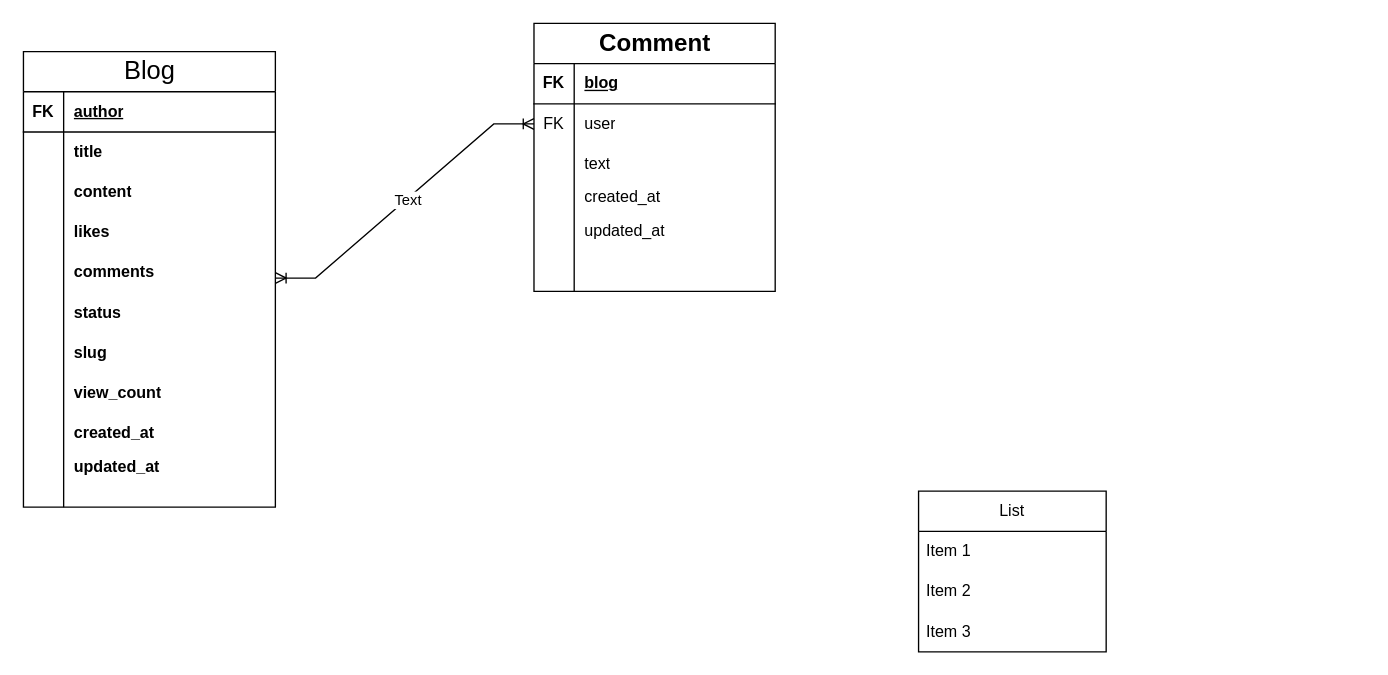
Before: Untitled Diagram.drawio in Milemotigo/100-days-coding-challenge, a draw.io diagram. Source tidied: cells renumbered, new cells numbered last; positions are measured from the earlier drawing's top-left corner, leaving out a move shared by most shapes. Both pictures are drawn from the tidied source at 134%, with x=0, y=0 at pixel (23, 23).
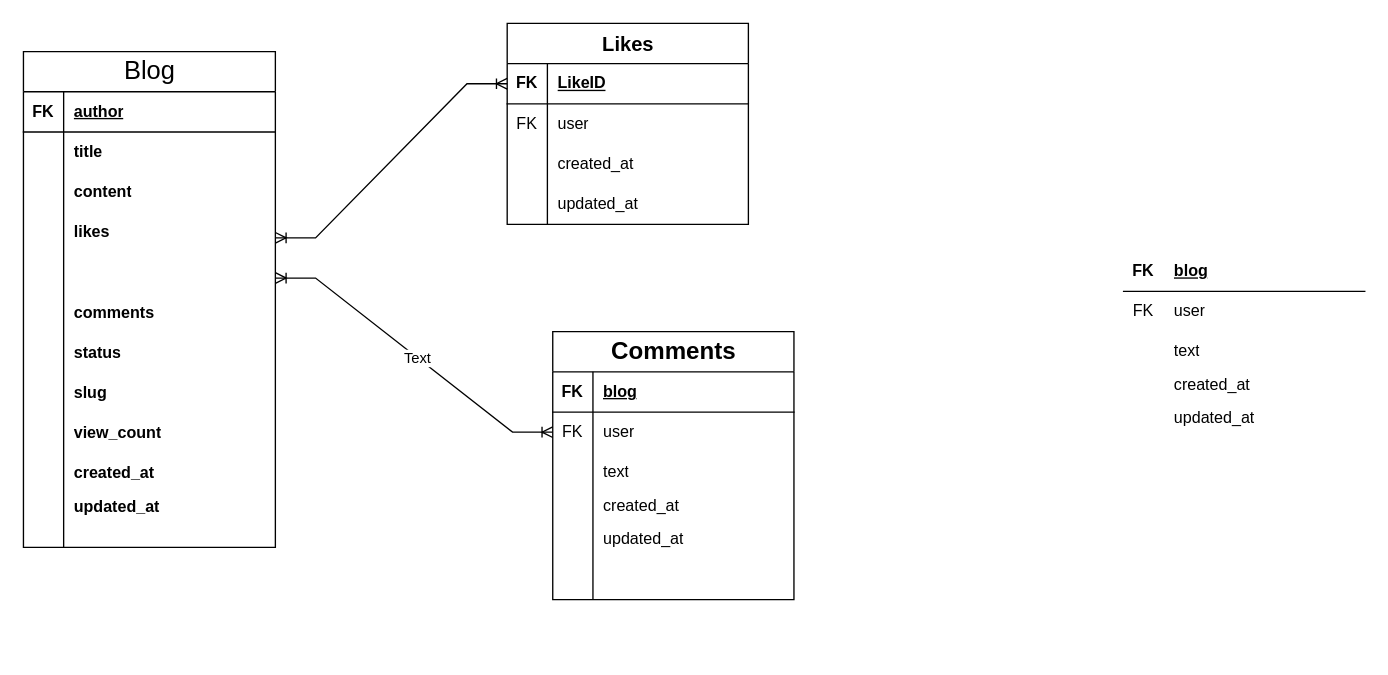
Above is the later version.

Diff of the diagram source:
```diff
@@
-    <mxCell id="2" value="List" style="swimlane;fontStyle=0;horizontal=1;startSize=30;whiteSpace=wrap;html=1;" parent="1" vertex="1">
-      <mxGeometry x="668" y="349" width="140" height="120" as="geometry" />
-    </mxCell>
-    <mxCell id="3" value="Item 1" style="text;strokeColor=none;fillColor=none;align=left;verticalAlign=middle;spacingLeft=4;spacingRight=4;overflow=hidden;whiteSpace=wrap;html=1;" parent="2" vertex="1">
-      <mxGeometry y="30" width="140" height="30" as="geometry" />
-    </mxCell>
-    <mxCell id="4" value="Item 2" style="text;strokeColor=none;fillColor=none;align=left;verticalAlign=middle;spacingLeft=4;spacingRight=4;overflow=hidden;whiteSpace=wrap;html=1;" parent="2" vertex="1">
-      <mxGeometry y="60" width="140" height="30" as="geometry" />
-    </mxCell>
-    <mxCell id="5" value="Item 3" style="text;strokeColor=none;fillColor=none;align=left;verticalAlign=middle;spacingLeft=4;spacingRight=4;overflow=hidden;whiteSpace=wrap;html=1;" parent="2" vertex="1">
-      <mxGeometry y="90" width="140" height="30" as="geometry" />
-    </mxCell>
     <mxCell id="6" value="&lt;span style=&quot;font-size: 19px;&quot;&gt;Blog&lt;/span&gt;" style="shape=table;startSize=30;childLayout=tableLayout;rowLines=0;fontStyle=0;align=center;html=1;" parent="1" vertex="1">
-      <mxGeometry y="21" width="188" height="340" as="geometry" />
+      <mxGeometry y="21" width="188" height="370" as="geometry" />
     </mxCell>
@@
+    <mxCell id="61" style="shape=tableRow;horizontal=0;startSize=0;swimlaneHead=0;swimlaneBody=0;fillColor=none;top=0;left=0;right=0;bottom=0;fontStyle=1;" parent="6" vertex="1">
+      <mxGeometry y="150" width="188" height="30" as="geometry" />
+    </mxCell>
+    <mxCell id="62" style="shape=partialRectangle;fillColor=none;top=0;left=0;bottom=0;right=0;overflow=hidden;whiteSpace=wrap;html=1;fontStyle=1;" parent="61" vertex="1">
+      <mxGeometry width="30" height="30" as="geometry" />
+    </mxCell>
+    <mxCell id="63" style="shape=partialRectangle;fillColor=none;top=0;left=0;bottom=0;right=0;align=left;spacingLeft=6;overflow=hidden;whiteSpace=wrap;html=1;fontStyle=1;" parent="61" vertex="1">
+      <mxGeometry x="30" width="158" height="30" as="geometry" />
+    </mxCell>
     <mxCell id="19" style="shape=tableRow;horizontal=0;startSize=0;swimlaneHead=0;swimlaneBody=0;fillColor=none;top=0;left=0;right=0;bottom=0;fontStyle=1;" parent="6" vertex="1">
-      <mxGeometry y="150" width="188" height="30" as="geometry" />
+      <mxGeometry y="180" width="188" height="30" as="geometry" />
     </mxCell>
@@
     <mxCell id="22" style="shape=tableRow;horizontal=0;startSize=0;swimlaneHead=0;swimlaneBody=0;fillColor=none;top=0;left=0;right=0;bottom=0;fontStyle=1;" parent="6" vertex="1">
-      <mxGeometry y="180" width="188" height="30" as="geometry" />
+      <mxGeometry y="210" width="188" height="30" as="geometry" />
     </mxCell>
@@
     <mxCell id="25" style="shape=tableRow;horizontal=0;startSize=0;swimlaneHead=0;swimlaneBody=0;fillColor=none;top=0;left=0;right=0;bottom=0;fontStyle=1;" parent="6" vertex="1">
-      <mxGeometry y="210" width="188" height="30" as="geometry" />
+      <mxGeometry y="240" width="188" height="30" as="geometry" />
     </mxCell>
@@
     <mxCell id="28" style="shape=tableRow;horizontal=0;startSize=0;swimlaneHead=0;swimlaneBody=0;fillColor=none;top=0;left=0;right=0;bottom=0;fontStyle=1;" parent="6" vertex="1">
-      <mxGeometry y="240" width="188" height="30" as="geometry" />
+      <mxGeometry y="270" width="188" height="30" as="geometry" />
     </mxCell>
@@
     <mxCell id="31" style="shape=tableRow;horizontal=0;startSize=0;swimlaneHead=0;swimlaneBody=0;fillColor=none;top=0;left=0;right=0;bottom=0;fontStyle=1;" parent="6" vertex="1">
-      <mxGeometry y="270" width="188" height="30" as="geometry" />
+      <mxGeometry y="300" width="188" height="30" as="geometry" />
     </mxCell>
@@
     <mxCell id="34" style="shape=tableRow;horizontal=0;startSize=0;swimlaneHead=0;swimlaneBody=0;fillColor=none;top=0;left=0;right=0;bottom=0;fontStyle=1;" parent="6" vertex="1">
-      <mxGeometry y="300" width="188" height="20" as="geometry" />
+      <mxGeometry y="330" width="188" height="20" as="geometry" />
     </mxCell>
@@
     <mxCell id="37" style="shape=tableRow;horizontal=0;startSize=0;swimlaneHead=0;swimlaneBody=0;fillColor=none;top=0;left=0;right=0;bottom=0;" parent="6" vertex="1">
-      <mxGeometry y="320" width="188" height="20" as="geometry" />
+      <mxGeometry y="350" width="188" height="20" as="geometry" />
     </mxCell>
@@
-    <mxCell id="40" value="Comment" style="shape=table;startSize=30;childLayout=tableLayout;rowLines=0;fontStyle=1;align=center;html=1;fontSize=18;" parent="1" vertex="1">
-      <mxGeometry x="381" width="180" height="200" as="geometry" />
+    <mxCell id="40" value="Comments" style="shape=table;startSize=30;childLayout=tableLayout;rowLines=0;fontStyle=1;align=center;html=1;fontSize=18;" parent="1" vertex="1">
+      <mxGeometry x="395" y="230" width="180" height="200" as="geometry" />
     </mxCell>
@@
+    <mxCell id="64" style="shape=tableRow;horizontal=0;startSize=0;swimlaneHead=0;swimlaneBody=0;fillColor=none;top=0;left=0;right=0;bottom=1;" parent="1" vertex="1">
+      <mxGeometry x="821" y="170" width="180" height="30" as="geometry" />
+    </mxCell>
+    <mxCell id="65" value="FK" style="shape=partialRectangle;fillColor=none;top=0;left=0;bottom=0;right=0;fontStyle=1;overflow=hidden;whiteSpace=wrap;html=1;" parent="64" vertex="1">
+      <mxGeometry width="30" height="30" as="geometry" />
+    </mxCell>
+    <mxCell id="66" value="blog" style="shape=partialRectangle;fillColor=none;top=0;left=0;bottom=0;right=0;align=left;spacingLeft=6;fontStyle=5;overflow=hidden;whiteSpace=wrap;html=1;" parent="64" vertex="1">
+      <mxGeometry x="30" width="150" height="30" as="geometry" />
+    </mxCell>
+    <mxCell id="67" style="shape=tableRow;horizontal=0;startSize=0;swimlaneHead=0;swimlaneBody=0;fillColor=none;top=0;left=0;right=0;bottom=0;" parent="1" vertex="1">
+      <mxGeometry x="821" y="200" width="180" height="30" as="geometry" />
+    </mxCell>
+    <mxCell id="68" value="FK" style="shape=partialRectangle;fillColor=none;top=0;left=0;bottom=0;right=0;overflow=hidden;whiteSpace=wrap;html=1;" parent="67" vertex="1">
+      <mxGeometry width="30" height="30" as="geometry" />
+    </mxCell>
+    <mxCell id="69" value="user" style="shape=partialRectangle;fillColor=none;top=0;left=0;bottom=0;right=0;align=left;spacingLeft=6;overflow=hidden;whiteSpace=wrap;html=1;" parent="67" vertex="1">
+      <mxGeometry x="30" width="150" height="30" as="geometry" />
+    </mxCell>
+    <mxCell id="70" style="shape=tableRow;horizontal=0;startSize=0;swimlaneHead=0;swimlaneBody=0;fillColor=none;top=0;left=0;right=0;bottom=0;" parent="1" vertex="1">
+      <mxGeometry x="821" y="230" width="180" height="30" as="geometry" />
+    </mxCell>
+    <mxCell id="71" style="shape=partialRectangle;fillColor=none;top=0;left=0;bottom=0;right=0;overflow=hidden;whiteSpace=wrap;html=1;" parent="70" vertex="1">
+      <mxGeometry width="30" height="30" as="geometry" />
+    </mxCell>
+    <mxCell id="72" value="text" style="shape=partialRectangle;fillColor=none;top=0;left=0;bottom=0;right=0;align=left;spacingLeft=6;overflow=hidden;whiteSpace=wrap;html=1;" parent="70" vertex="1">
+      <mxGeometry x="30" width="150" height="30" as="geometry" />
+    </mxCell>
+    <mxCell id="73" style="shape=tableRow;horizontal=0;startSize=0;swimlaneHead=0;swimlaneBody=0;fillColor=none;top=0;left=0;right=0;bottom=0;" parent="1" vertex="1">
+      <mxGeometry x="821" y="260" width="180" height="20" as="geometry" />
+    </mxCell>
+    <mxCell id="74" style="shape=partialRectangle;fillColor=none;top=0;left=0;bottom=0;right=0;overflow=hidden;whiteSpace=wrap;html=1;" parent="73" vertex="1">
+      <mxGeometry width="30" height="20" as="geometry" />
+    </mxCell>
+    <mxCell id="75" value="created_at" style="shape=partialRectangle;fillColor=none;top=0;left=0;bottom=0;right=0;align=left;spacingLeft=6;overflow=hidden;whiteSpace=wrap;html=1;" parent="73" vertex="1">
+      <mxGeometry x="30" width="150" height="20" as="geometry" />
+    </mxCell>
+    <mxCell id="76" style="shape=tableRow;horizontal=0;startSize=0;swimlaneHead=0;swimlaneBody=0;fillColor=none;top=0;left=0;right=0;bottom=0;" parent="1" vertex="1">
+      <mxGeometry x="821" y="280" width="180" height="30" as="geometry" />
+    </mxCell>
+    <mxCell id="77" style="shape=partialRectangle;fillColor=none;top=0;left=0;bottom=0;right=0;overflow=hidden;whiteSpace=wrap;html=1;" parent="76" vertex="1">
+      <mxGeometry width="30" height="30" as="geometry" />
+    </mxCell>
+    <mxCell id="78" value="updated_at" style="shape=partialRectangle;fillColor=none;top=0;left=0;bottom=0;right=0;align=left;spacingLeft=6;overflow=hidden;whiteSpace=wrap;html=1;" parent="76" vertex="1">
+      <mxGeometry x="30" width="150" height="30" as="geometry" />
+    </mxCell>
+    <mxCell id="79" value="&lt;span style=&quot;font-size: 15px;&quot;&gt;&lt;font style=&quot;font-size: 15px;&quot;&gt;Likes&lt;/font&gt;&lt;/span&gt;" style="shape=table;startSize=30;childLayout=tableLayout;rowLines=0;fontStyle=1;align=center;html=1;fontSize=15;" parent="1" vertex="1">
+      <mxGeometry x="361" width="180" height="150" as="geometry" />
+    </mxCell>
+    <mxCell id="80" style="shape=tableRow;horizontal=0;startSize=0;swimlaneHead=0;swimlaneBody=0;fillColor=none;points=[[0,0.5],[1,0.5]];portConstraint=eastwest;top=0;left=0;right=0;bottom=1;" parent="79" vertex="1">
+      <mxGeometry y="30" width="180" height="30" as="geometry" />
+    </mxCell>
+    <mxCell id="81" value="FK" style="shape=partialRectangle;fillColor=none;top=0;left=0;bottom=0;right=0;fontStyle=1;overflow=hidden;whiteSpace=wrap;html=1;" parent="80" vertex="1">
+      <mxGeometry width="30" height="30" as="geometry" />
+    </mxCell>
+    <mxCell id="82" value="LikeID" style="shape=partialRectangle;fillColor=none;top=0;left=0;bottom=0;right=0;align=left;spacingLeft=6;fontStyle=5;overflow=hidden;whiteSpace=wrap;html=1;" parent="80" vertex="1">
+      <mxGeometry x="30" width="150" height="30" as="geometry" />
+    </mxCell>
+    <mxCell id="83" style="shape=tableRow;horizontal=0;startSize=0;swimlaneHead=0;swimlaneBody=0;fillColor=none;top=0;left=0;right=0;bottom=0;" parent="79" vertex="1">
+      <mxGeometry y="60" width="180" height="30" as="geometry" />
+    </mxCell>
+    <mxCell id="84" value="FK" style="shape=partialRectangle;fillColor=none;top=0;left=0;bottom=0;right=0;overflow=hidden;whiteSpace=wrap;html=1;" parent="83" vertex="1">
+      <mxGeometry width="30" height="30" as="geometry" />
+    </mxCell>
+    <mxCell id="85" value="user" style="shape=partialRectangle;fillColor=none;top=0;left=0;bottom=0;right=0;align=left;spacingLeft=6;overflow=hidden;whiteSpace=wrap;html=1;" parent="83" vertex="1">
+      <mxGeometry x="30" width="150" height="30" as="geometry" />
+    </mxCell>
+    <mxCell id="86" style="shape=tableRow;horizontal=0;startSize=0;swimlaneHead=0;swimlaneBody=0;fillColor=none;top=0;left=0;right=0;bottom=0;" parent="79" vertex="1">
+      <mxGeometry y="90" width="180" height="30" as="geometry" />
+    </mxCell>
+    <mxCell id="87" style="shape=partialRectangle;fillColor=none;top=0;left=0;bottom=0;right=0;overflow=hidden;whiteSpace=wrap;html=1;" parent="86" vertex="1">
+      <mxGeometry width="30" height="30" as="geometry" />
+    </mxCell>
+    <mxCell id="88" value="created_at" style="shape=partialRectangle;fillColor=none;top=0;left=0;bottom=0;right=0;align=left;spacingLeft=6;overflow=hidden;whiteSpace=wrap;html=1;" parent="86" vertex="1">
+      <mxGeometry x="30" width="150" height="30" as="geometry" />
+    </mxCell>
+    <mxCell id="89" style="shape=tableRow;horizontal=0;startSize=0;swimlaneHead=0;swimlaneBody=0;fillColor=none;top=0;left=0;right=0;bottom=0;" parent="79" vertex="1">
+      <mxGeometry y="120" width="180" height="30" as="geometry" />
+    </mxCell>
+    <mxCell id="90" style="shape=partialRectangle;fillColor=none;top=0;left=0;bottom=0;right=0;overflow=hidden;whiteSpace=wrap;html=1;" parent="89" vertex="1">
+      <mxGeometry width="30" height="30" as="geometry" />
+    </mxCell>
+    <mxCell id="91" value="updated_at" style="shape=partialRectangle;fillColor=none;top=0;left=0;bottom=0;right=0;align=left;spacingLeft=6;overflow=hidden;whiteSpace=wrap;html=1;" parent="89" vertex="1">
+      <mxGeometry x="30" width="150" height="30" as="geometry" />
+    </mxCell>
+    <mxCell id="92" style="edgeStyle=entityRelationEdgeStyle;fontSize=12;html=1;endArrow=ERoneToMany;startArrow=ERoneToMany;rounded=0;entryX=0;entryY=0.5;entryDx=0;entryDy=0;" parent="1" edge="1" target="80">
+      <mxGeometry relative="1" as="geometry">
+        <mxPoint x="188" y="160" as="sourcePoint" />
+      </mxGeometry>
+    </mxCell>
```
